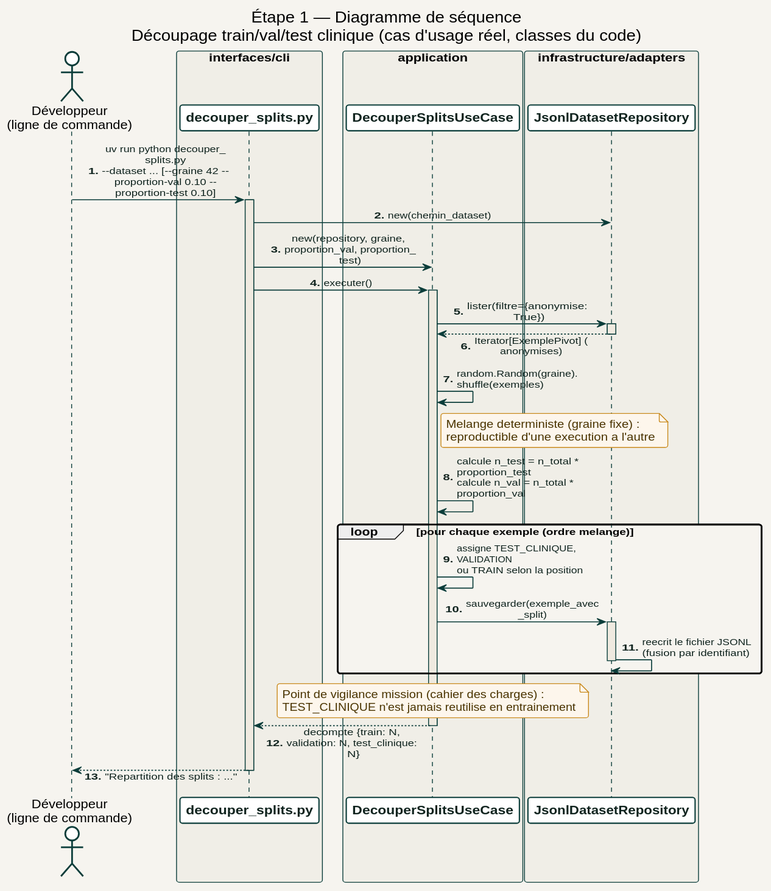
The PlantUML diagram docs/diagrams/02_etape1_donnees/sequence/decouper_splits.svg in racemartin/m14_ocr, before a commit.
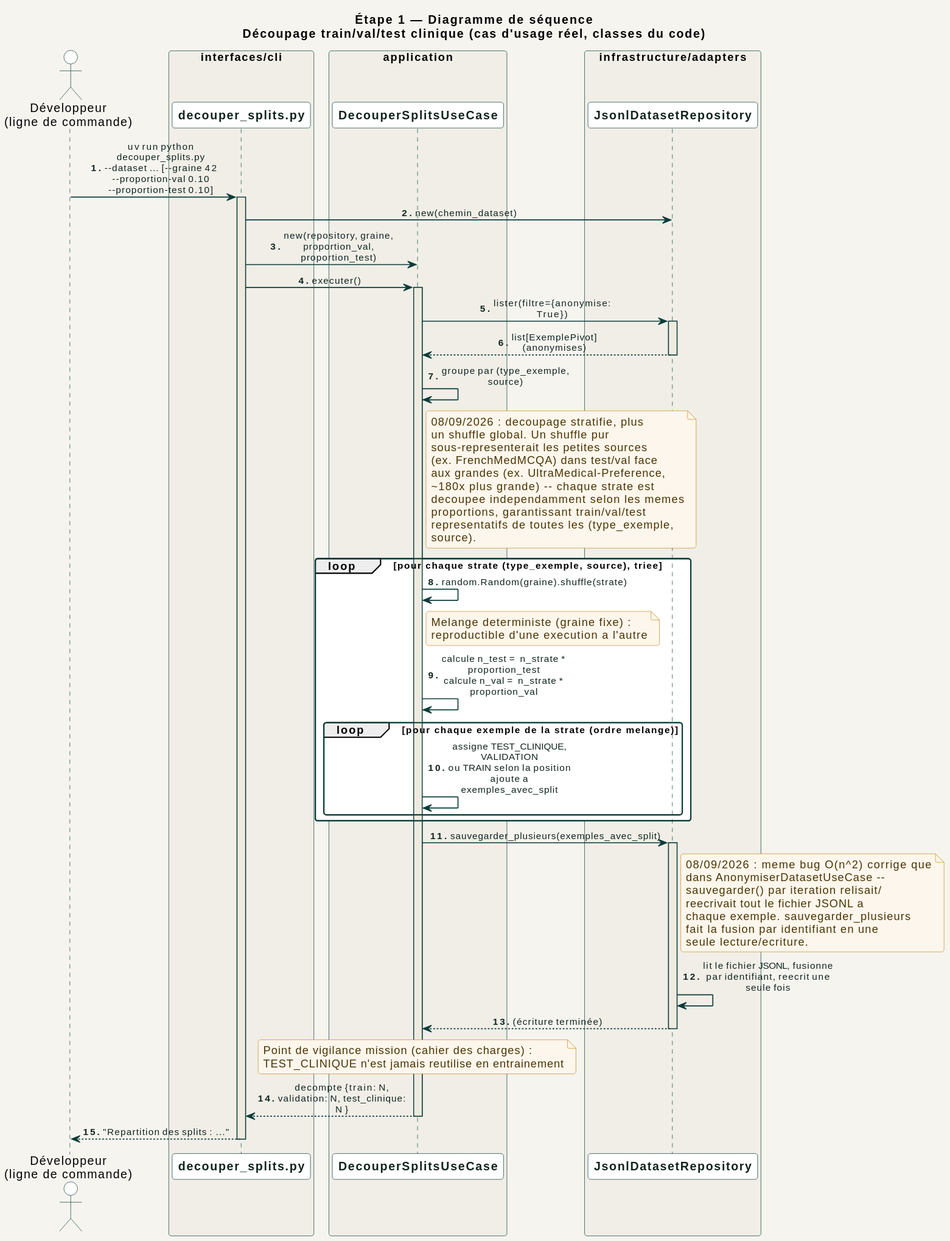
Later version of the same file.

Change to the diagram source:
```diff
@@ -1,115 +1,5 @@
-@startuml decouper_splits
-
-skinparam backgroundColor #F6F4EF
-skinparam defaultFontName Helvetica
-skinparam roundcorner 6
-skinparam shadowing false
-skinparam ArrowThickness 1.2
-
-skinparam arrow {
-  Color #0B3D3A
-  FontColor #10241F
-  FontSize 11
-}
-
-skinparam package {
-  BackgroundColor #FFFFFF
-  BorderColor #0B3D3A
-  FontColor #0B3D3A
-  FontStyle bold
-  FontSize 14
-}
-
-skinparam node {
-  BackgroundColor #EFEAE0
-  BorderColor #0B3D3A
-  FontColor #10241F
-  FontSize 12
-}
-
-skinparam database {
-  BackgroundColor #FDF6EC
-  BorderColor #C98A1E
-  FontColor #4A3400
-  FontSize 11
-}
-
-skinparam cloud {
-  BackgroundColor #E7EFEC
-  BorderColor #2F7A4F
-  FontColor #123C3A
-  FontSize 12
-}
-
-skinparam artifact {
-  BackgroundColor #FCEBE6
-  BorderColor #C4432B
-  FontColor #7A2A17
-}
-
-skinparam component {
-  BackgroundColor #FFFFFF
-  BorderColor #0B3D3A
-  FontColor #10241F
-  FontSize 12
-}
-
-skinparam class {
-  BackgroundColor #FFFFFF
-  BorderColor #0B3D3A
-  FontColor #10241F
-  HeaderBackgroundColor #EFEAE0
-  FontSize 11
-  AttributeFontSize 10
-}
-
-skinparam interface {
-  BackgroundColor #E7EFEC
-  BorderColor #2F7A4F
-  FontColor #123C3A
-}
-
-skinparam activity {
-  BackgroundColor #FFFFFF
-  BorderColor #0B3D3A
-  FontColor #10241F
-  DiamondBackgroundColor #FDF6EC
-  DiamondBorderColor #C98A1E
-  StartColor #0B3D3A
-  EndColor #C4432B
-  BarColor #0B3D3A
-}
-
-skinparam partition {
-  BackgroundColor #F0EEE7
-  BorderColor #0B3D3A
-  FontColor #0B3D3A
-  FontStyle bold
-}
-
-skinparam sequence {
-  ArrowColor #0B3D3A
-  ActorBorderColor #0B3D3A
-  LifeLineBorderColor #0B3D3A
-  LifeLineBackgroundColor #EFEAE0
-  ParticipantBorderColor #0B3D3A
-  ParticipantBackgroundColor #FFFFFF
-  ParticipantFontColor #10241F
-  ParticipantFontStyle bold
-  ActorBackgroundColor #FFFFFF
-  BoxBackgroundColor #F0EEE7
-  BoxBorderColor #0B3D3A
-}
-
-skinparam note {
-  BackgroundColor #FDF6EC
-  BorderColor #C98A1E
-  FontColor #4A3400
-}
-
-skinparam sequenceMessageAlign center
-skinparam maxMessageSize 160
-skinparam responseMessageBelowArrow true
+@startuml
+!include ../../_common/estilo.iuml
 
 title Étape 1 — Diagramme de séquence\nDécoupage train/val/test clinique (cas d'usage réel, classes du code)
 
@@ -140,24 +30,50 @@
 
 UC -> Repo : lister(filtre={anonymise: True})
 activate Repo
-Repo --> UC : Iterator[ExemplePivot] (anonymises)
+Repo --> UC : list[ExemplePivot] (anonymises)
 deactivate Repo
 
-UC -> UC : random.Random(graine).shuffle(exemples)
+UC -> UC : groupe par (type_exemple, source)
 note right of UC
-  Melange deterministe (graine fixe) :
-  reproductible d'une execution a l'autre
+  08/09/2026 : decoupage stratifie, plus
+  un shuffle global. Un shuffle pur
+  sous-representerait les petites sources
+  (ex. FrenchMedMCQA) dans test/val face
+  aux grandes (ex. UltraMedical-Preference,
+  ~180x plus grande) -- chaque strate est
+  decoupee independamment selon les memes
+  proportions, garantissant train/val/test
+  representatifs de toutes les (type_exemple,
+  source).
 end note
 
-UC -> UC : calcule n_test = n_total * proportion_test\ncalcule n_val = n_total * proportion_val
+loop pour chaque strate (type_exemple, source), triee
+  UC -> UC : random.Random(graine).shuffle(strate)
+  note right of UC
+    Melange deterministe (graine fixe) :
+    reproductible d'une execution a l'autre
+  end note
+  UC -> UC : calcule n_test = n_strate * proportion_test\ncalcule n_val = n_strate * proportion_val
 
-loop pour chaque exemple (ordre melange)
-  UC -> UC : assigne TEST_CLINIQUE, VALIDATION\nou TRAIN selon la position
-  UC -> Repo : sauvegarder(exemple_avec_split)
-  activate Repo
-  Repo -> Repo : reecrit le fichier JSONL\n(fusion par identifiant)
-  deactivate Repo
+  loop pour chaque exemple de la strate (ordre melange)
+    UC -> UC : assigne TEST_CLINIQUE, VALIDATION\nou TRAIN selon la position\najoute a exemples_avec_split
+  end
 end
+
+UC -> Repo : sauvegarder_plusieurs(exemples_avec_split)
+activate Repo
+note right of Repo
+  08/09/2026 : meme bug O(n^2) corrige que
+  dans AnonymiserDatasetUseCase --
+  sauvegarder() par iteration relisait/
+  reecrivait tout le fichier JSONL a
+  chaque exemple. sauvegarder_plusieurs
+  fait la fusion par identifiant en une
+  seule lecture/ecriture.
+end note
+Repo -> Repo : lit le fichier JSONL, fusionne\npar identifiant, reecrit une seule fois
+Repo --> UC : (écriture terminée)
+deactivate Repo
 
 note over UC
   Point de vigilance mission (cahier des charges) :
@@ -169,5 +85,4 @@
 
 CLI --> Dev : "Repartition des splits : ..."
 deactivate CLI
-
 @enduml
```
